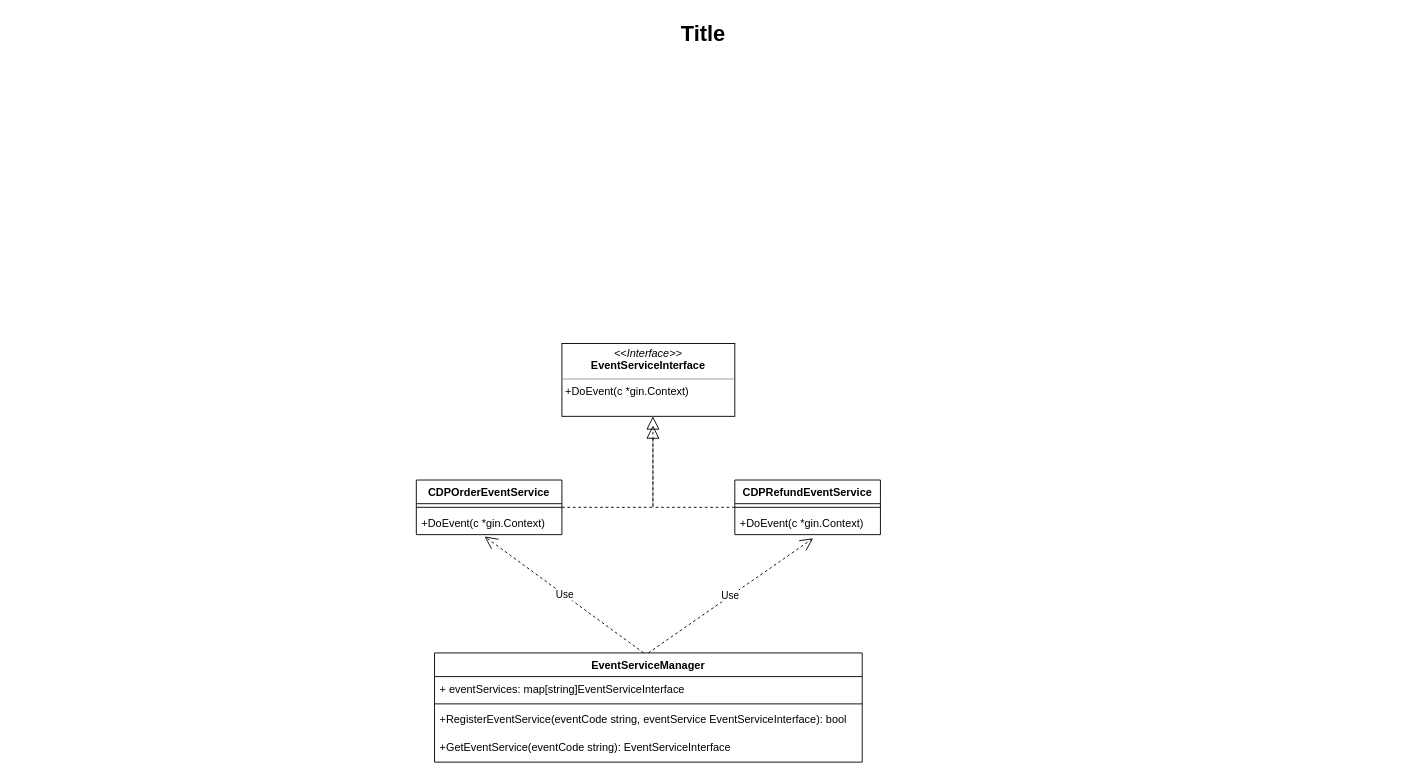
The draw.io diagram Untitled Diagram.drawio in Amat-pro/algorithm-golang, before the edit. Source tidied: cells renumbered, new cells numbered last; positions are measured from the earlier drawing's top-left corner, leaving out a move shared by most shapes. Both pictures are drawn from the tidied source at 91%, with x=0, y=0 at pixel (15, 15).
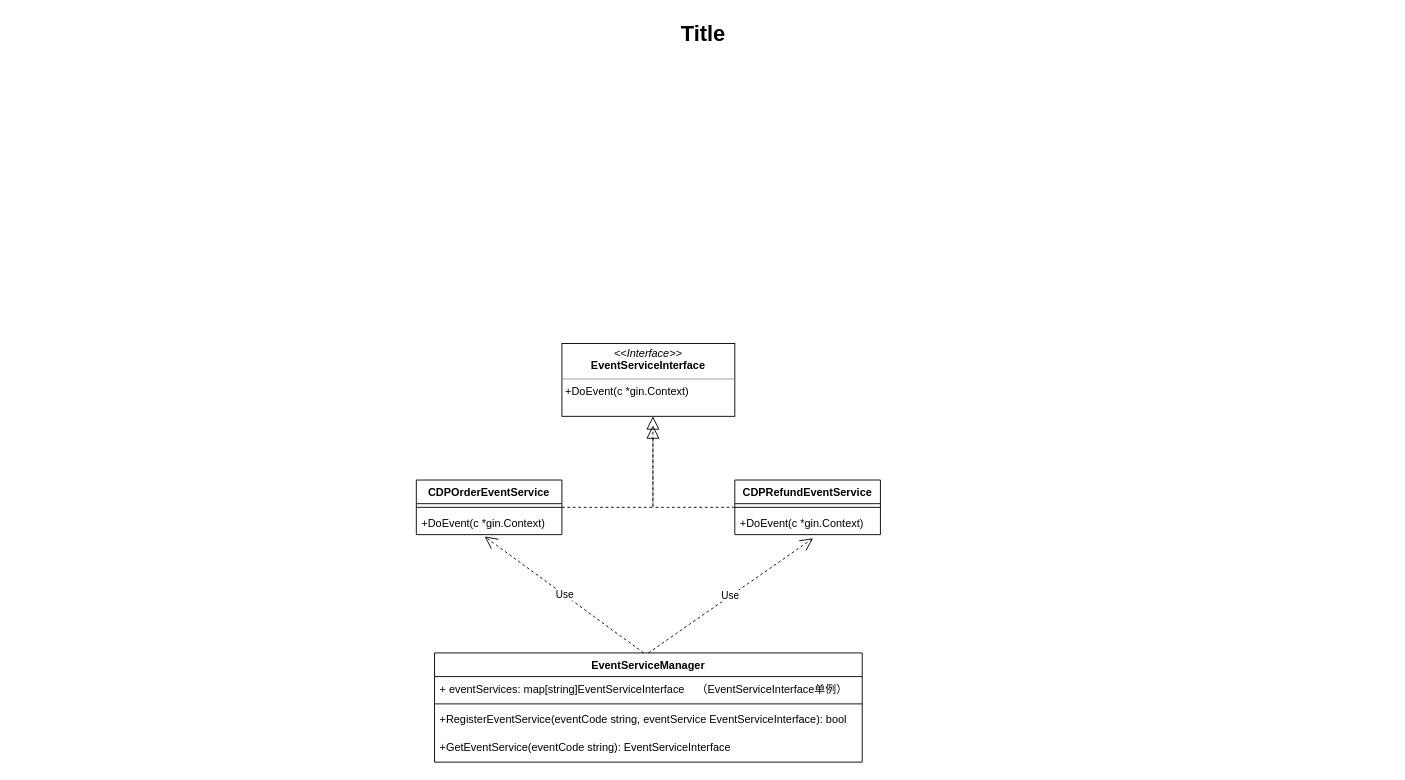
The same diagram, later.

The change refers to these unchanged cells:
```xml
<mxCell id="12" value="EventServiceManager" style="swimlane;fontStyle=1;align=center;verticalAlign=top;horizontal=1;startSize=26;" parent="1" vertex="1">
  <mxGeometry x="460" y="700" width="470" height="120" as="geometry" />
</mxCell>
```

Diff of the diagram source:
```diff
@@
-    <mxCell id="13" value="+ eventServices: map[string]EventServiceInterface&#10;&#10;" style="text;strokeColor=none;fillColor=none;align=left;verticalAlign=top;spacingLeft=4;spacingRight=4;overflow=hidden;" parent="12" vertex="1">
+    <mxCell id="13" value="+ eventServices: map[string]EventServiceInterface    （EventServiceInterface单例）&#10;&#10;" style="text;strokeColor=none;fillColor=none;align=left;verticalAlign=top;spacingLeft=4;spacingRight=4;overflow=hidden;" parent="12" vertex="1">
       <mxGeometry y="26" width="470" height="26" as="geometry" />
     </mxCell>
```
